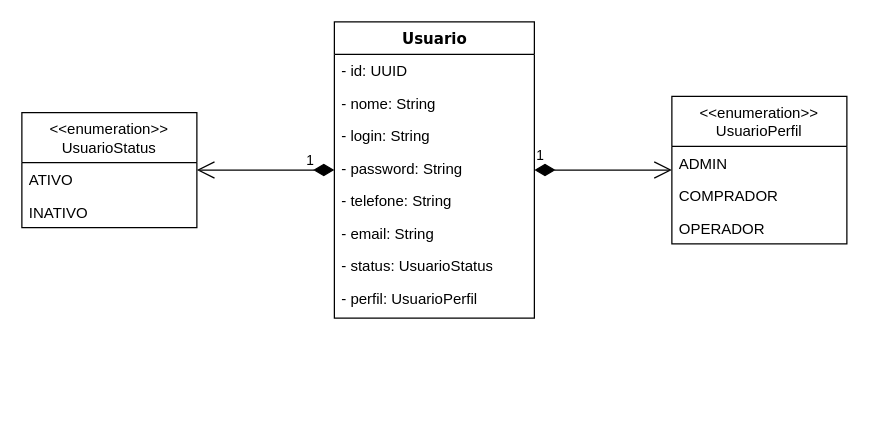
Before: documentacao/diagramas/classe/usuario/usuario.drawio in augustocesarsousa/ecommerce, a draw.io diagram. Source tidied: cells renumbered, new cells numbered last; positions are measured from the earlier drawing's top-left corner, leaving out a move shared by most shapes. Both pictures are drawn from the tidied source at 125%, with x=0, y=0 at pixel (21, 21).
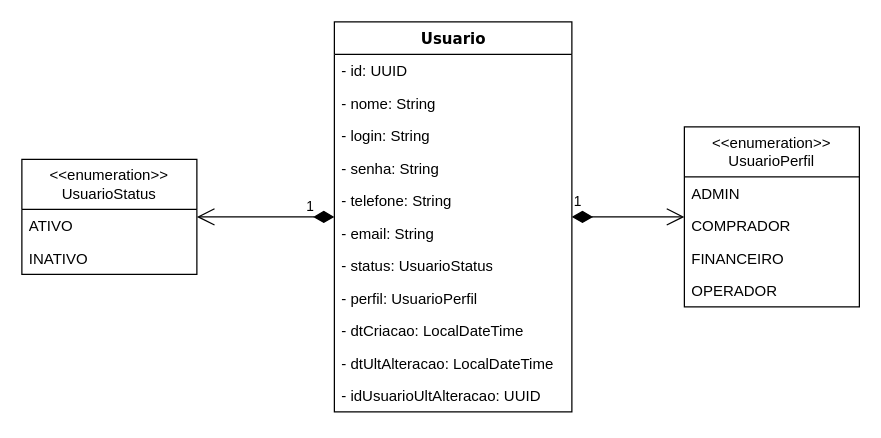
After the change.

What changed in the source:
```diff
@@
     <mxCell id="2" value="Usuario" style="swimlane;html=1;fontStyle=1;align=center;verticalAlign=top;horizontal=1;startSize=26;swimlaneFillColor=#ffffff;rounded=0;shadow=0;comic=0;labelBackgroundColor=none;strokeWidth=1;fillColor=none;fontFamily=Verdana;fontSize=12;" parent="1" vertex="1">
-      <mxGeometry x="250" width="160" height="237" as="geometry" />
+      <mxGeometry x="250" width="190" height="312" as="geometry" />
     </mxCell>
     <mxCell id="3" value="- id: UUID" style="text;html=1;strokeColor=none;fillColor=none;align=left;verticalAlign=top;spacingLeft=4;spacingRight=4;whiteSpace=wrap;overflow=hidden;" parent="2" vertex="1">
-      <mxGeometry y="26" width="160" height="26" as="geometry" />
+      <mxGeometry y="26" width="190" height="26" as="geometry" />
     </mxCell>
     <mxCell id="4" value="- nome: String" style="text;html=1;strokeColor=none;fillColor=none;align=left;verticalAlign=top;spacingLeft=4;spacingRight=4;whiteSpace=wrap;overflow=hidden;" parent="2" vertex="1">
-      <mxGeometry y="52" width="160" height="26" as="geometry" />
+      <mxGeometry y="52" width="190" height="26" as="geometry" />
     </mxCell>
     <mxCell id="5" value="- login: String" style="text;html=1;strokeColor=none;fillColor=none;align=left;verticalAlign=top;spacingLeft=4;spacingRight=4;whiteSpace=wrap;overflow=hidden;" parent="2" vertex="1">
-      <mxGeometry y="78" width="160" height="26" as="geometry" />
+      <mxGeometry y="78" width="190" height="26" as="geometry" />
     </mxCell>
-    <mxCell id="6" value="- password: String" style="text;html=1;strokeColor=none;fillColor=none;align=left;verticalAlign=top;spacingLeft=4;spacingRight=4;whiteSpace=wrap;overflow=hidden;" parent="2" vertex="1">
-      <mxGeometry y="104" width="160" height="26" as="geometry" />
+    <mxCell id="6" value="- senha: String" style="text;html=1;strokeColor=none;fillColor=none;align=left;verticalAlign=top;spacingLeft=4;spacingRight=4;whiteSpace=wrap;overflow=hidden;" parent="2" vertex="1">
+      <mxGeometry y="104" width="190" height="26" as="geometry" />
     </mxCell>
     <mxCell id="7" value="- telefone: String" style="text;html=1;strokeColor=none;fillColor=none;align=left;verticalAlign=top;spacingLeft=4;spacingRight=4;whiteSpace=wrap;overflow=hidden;" parent="2" vertex="1">
-      <mxGeometry y="130" width="160" height="26" as="geometry" />
+      <mxGeometry y="130" width="190" height="26" as="geometry" />
     </mxCell>
     <mxCell id="8" value="- email: String" style="text;html=1;strokeColor=none;fillColor=none;align=left;verticalAlign=top;spacingLeft=4;spacingRight=4;whiteSpace=wrap;overflow=hidden;" parent="2" vertex="1">
-      <mxGeometry y="156" width="160" height="26" as="geometry" />
+      <mxGeometry y="156" width="190" height="26" as="geometry" />
     </mxCell>
     <mxCell id="9" value="- status:&amp;nbsp;&lt;span style=&quot;text-align: center;&quot;&gt;Usuario&lt;/span&gt;Status" style="text;html=1;strokeColor=none;fillColor=none;align=left;verticalAlign=top;spacingLeft=4;spacingRight=4;whiteSpace=wrap;overflow=hidden;" parent="2" vertex="1">
-      <mxGeometry y="182" width="160" height="26" as="geometry" />
+      <mxGeometry y="182" width="190" height="26" as="geometry" />
     </mxCell>
     <mxCell id="10" value="- perfil:&amp;nbsp;&lt;span style=&quot;text-align: center;&quot;&gt;UsuarioPerfil&lt;/span&gt;" style="text;html=1;strokeColor=none;fillColor=none;align=left;verticalAlign=top;spacingLeft=4;spacingRight=4;whiteSpace=wrap;overflow=hidden;" parent="2" vertex="1">
-      <mxGeometry y="208" width="160" height="26" as="geometry" />
+      <mxGeometry y="208" width="190" height="26" as="geometry" />
     </mxCell>
+    <mxCell id="20" value="&lt;div style=&quot;text-align: center;&quot;&gt;&lt;span style=&quot;background-color: initial;&quot;&gt;- dtCriacao: &lt;/span&gt;&lt;span style=&quot;background-color: initial;&quot;&gt;LocalDateTime&lt;/span&gt;&lt;/div&gt;" style="text;html=1;strokeColor=none;fillColor=none;align=left;verticalAlign=top;spacingLeft=4;spacingRight=4;whiteSpace=wrap;overflow=hidden;" parent="2" vertex="1">
+      <mxGeometry y="234" width="190" height="26" as="geometry" />
+    </mxCell>
+    <mxCell id="21" value="&lt;div style=&quot;text-align: center;&quot;&gt;&lt;span style=&quot;background-color: initial;&quot;&gt;- dtUltAlteracao&lt;/span&gt;&lt;span style=&quot;background-color: initial;&quot;&gt;: &lt;/span&gt;&lt;span style=&quot;background-color: initial;&quot;&gt;LocalDateTime&lt;/span&gt;&lt;/div&gt;" style="text;html=1;strokeColor=none;fillColor=none;align=left;verticalAlign=top;spacingLeft=4;spacingRight=4;whiteSpace=wrap;overflow=hidden;" parent="2" vertex="1">
+      <mxGeometry y="260" width="190" height="26" as="geometry" />
+    </mxCell>
+    <mxCell id="22" value="&lt;div style=&quot;text-align: center;&quot;&gt;&lt;span style=&quot;background-color: initial;&quot;&gt;-&amp;nbsp;&lt;/span&gt;&lt;span style=&quot;background-color: initial; text-align: left;&quot;&gt;idUsuarioUltAlteracao&lt;/span&gt;&lt;span style=&quot;background-color: initial;&quot;&gt;: &lt;/span&gt;&lt;span style=&quot;background-color: initial;&quot;&gt;UUID&lt;/span&gt;&lt;/div&gt;" style="text;html=1;strokeColor=none;fillColor=none;align=left;verticalAlign=top;spacingLeft=4;spacingRight=4;whiteSpace=wrap;overflow=hidden;" parent="2" vertex="1">
+      <mxGeometry y="286" width="190" height="26" as="geometry" />
+    </mxCell>
     <mxCell id="11" value="&amp;lt;&amp;lt;enumeration&amp;gt;&amp;gt;&lt;br&gt;UsuarioStatus" style="swimlane;fontStyle=0;horizontal=1;startSize=40;fillColor=none;whiteSpace=wrap;html=1;" parent="1" vertex="1">
-      <mxGeometry y="72.5" width="140" height="92" as="geometry" />
+      <mxGeometry y="110" width="140" height="92" as="geometry" />
     </mxCell>
@@
     <mxCell id="14" value="&amp;lt;&amp;lt;enumeration&amp;gt;&amp;gt;&lt;br&gt;UsuarioPerfil" style="swimlane;fontStyle=0;horizontal=1;startSize=40;fillColor=none;whiteSpace=wrap;html=1;" parent="1" vertex="1">
-      <mxGeometry x="520" y="59.5" width="140" height="118" as="geometry" />
+      <mxGeometry x="530" y="84" width="140" height="144" as="geometry" />
     </mxCell>
@@
-    <mxCell id="17" value="OPERADOR" style="text;strokeColor=none;fillColor=none;align=left;verticalAlign=top;spacingLeft=4;spacingRight=4;overflow=hidden;whiteSpace=wrap;html=1;" parent="14" vertex="1">
+    <mxCell id="17" value="FINANCEIRO" style="text;strokeColor=none;fillColor=none;align=left;verticalAlign=top;spacingLeft=4;spacingRight=4;overflow=hidden;whiteSpace=wrap;html=1;" parent="14" vertex="1">
       <mxGeometry y="92" width="140" height="26" as="geometry" />
     </mxCell>
+    <mxCell id="23" value="OPERADOR" style="text;strokeColor=none;fillColor=none;align=left;verticalAlign=top;spacingLeft=4;spacingRight=4;overflow=hidden;whiteSpace=wrap;html=1;" parent="14" vertex="1">
+      <mxGeometry y="118" width="140" height="26" as="geometry" />
+    </mxCell>
```
